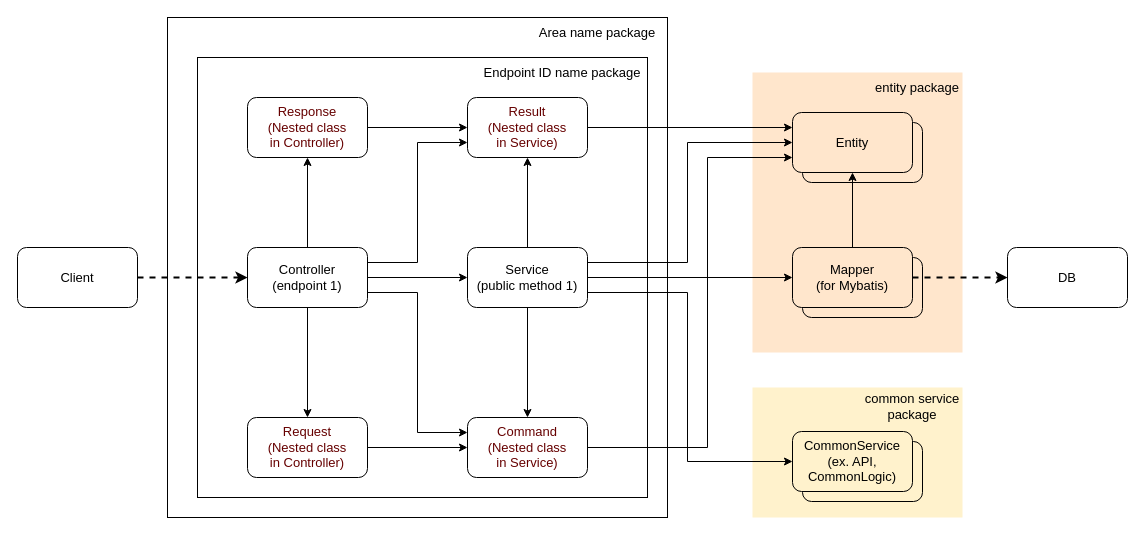
Above: page "TO-BE-v2" (3 of 4) of architecture-in-spring/SimpleBackend.drawio in seungyeop-lee/blog-example (draw.io), before the change. Source tidied: cells renumbered, new cells numbered last; positions are measured from the earlier drawing's top-left corner, leaving out a move shared by most shapes. Both pictures are drawn from the tidied source at 100%, with x=0, y=0 at pixel (17, 17).
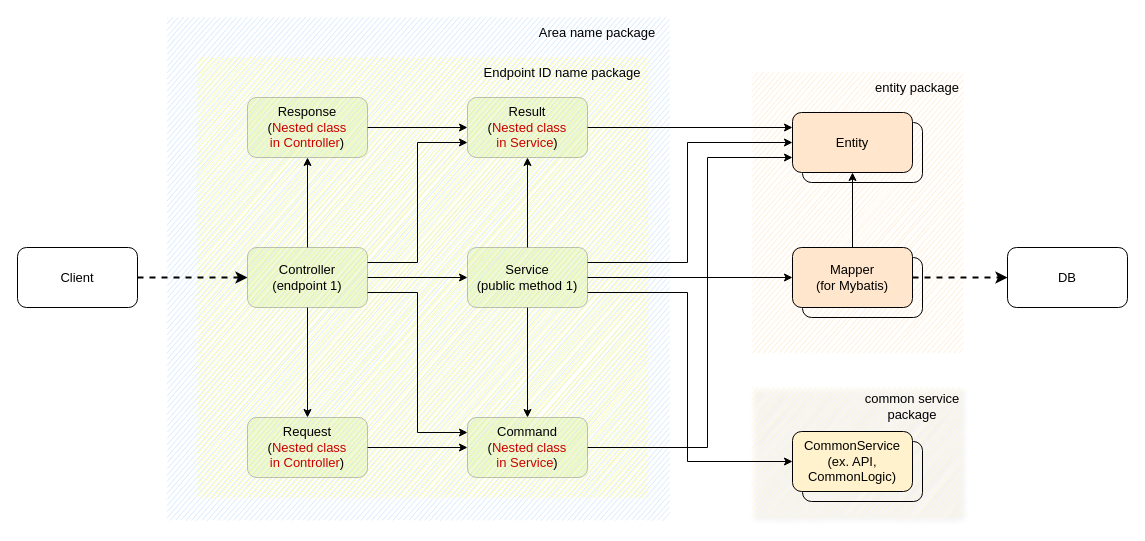
The same page after the edit.

Diff of the diagram source:
```diff
@@
-    <mxCell id="2" style="rounded=0;whiteSpace=wrap;html=1;shadow=0;glass=0;sketch=0;strokeColor=#000000;fontSize=13;fillColor=none;" parent="1" vertex="1">
+    <mxCell id="2" style="rounded=0;whiteSpace=wrap;html=1;shadow=0;glass=0;sketch=1;strokeColor=none;fontSize=13;fillColor=#cce5ff;" parent="1" vertex="1">
       <mxGeometry x="150" width="500" height="500" as="geometry" />
     </mxCell>
-    <mxCell id="3" style="rounded=0;whiteSpace=wrap;html=1;shadow=0;glass=0;sketch=0;strokeColor=#000000;fontSize=13;fillColor=none;" parent="1" vertex="1">
+    <mxCell id="3" style="rounded=0;whiteSpace=wrap;html=1;shadow=0;glass=0;sketch=1;strokeColor=none;fontSize=13;fillColor=#ffff88;" parent="1" vertex="1">
       <mxGeometry x="180" y="40" width="450" height="440" as="geometry" />
     </mxCell>
-    <mxCell id="4" style="rounded=0;whiteSpace=wrap;html=1;fillColor=#fff2cc;strokeColor=none;" parent="1" vertex="1">
+    <mxCell id="4" style="rounded=0;whiteSpace=wrap;html=1;fillColor=#fff2cc;strokeColor=none;sketch=1;shadow=1;" parent="1" vertex="1">
       <mxGeometry x="735" y="370" width="210" height="130" as="geometry" />
     </mxCell>
-    <mxCell id="5" style="rounded=0;whiteSpace=wrap;html=1;fillColor=#ffe6cc;strokeColor=none;" parent="1" vertex="1">
+    <mxCell id="5" style="rounded=0;whiteSpace=wrap;html=1;fillColor=#ffe6cc;strokeColor=none;sketch=1;shadow=0;glass=0;" parent="1" vertex="1">
       <mxGeometry x="735" y="55" width="210" height="280" as="geometry" />
     </mxCell>
@@
-    <mxCell id="14" value="Controller&lt;br&gt;(endpoint 1)" style="rounded=1;whiteSpace=wrap;html=1;fillColor=none;fontStyle=0;fontSize=13;glass=0;shadow=0;" parent="1" vertex="1">
+    <mxCell id="14" value="Controller&lt;br&gt;(endpoint 1)" style="rounded=1;whiteSpace=wrap;html=1;fillColor=#cdeb8b;fontStyle=0;fontSize=13;glass=0;shadow=0;strokeColor=#36393d;opacity=30;" parent="1" vertex="1">
       <mxGeometry x="230" y="230" width="120" height="60" as="geometry" />
     </mxCell>
@@
-    <mxCell id="16" value="Request&lt;br&gt;(Nested class&lt;br style=&quot;border-color: var(--border-color);&quot;&gt;in Controller)" style="rounded=1;whiteSpace=wrap;html=1;fillColor=none;fontStyle=0;fontSize=13;glass=0;shadow=0;fontColor=#660000;" parent="1" vertex="1">
+    <mxCell id="16" value="Request&lt;br&gt;(&lt;font color=&quot;#cc0000&quot;&gt;Nested class&lt;br style=&quot;border-color: var(--border-color);&quot;&gt;in Controller&lt;/font&gt;)" style="rounded=1;whiteSpace=wrap;html=1;fillColor=#cdeb8b;fontStyle=0;fontSize=13;glass=0;shadow=0;strokeColor=#36393d;opacity=30;" parent="1" vertex="1">
       <mxGeometry x="230" y="400" width="120" height="60" as="geometry" />
     </mxCell>
@@
-    <mxCell id="18" value="Response&lt;br&gt;(Nested class&lt;br&gt;in Controller)" style="rounded=1;whiteSpace=wrap;html=1;fillColor=none;fontStyle=0;fontSize=13;glass=0;shadow=0;fontColor=#660000;" parent="1" vertex="1">
+    <mxCell id="18" value="Response&lt;br&gt;(&lt;font color=&quot;#cc0000&quot;&gt;Nested class&lt;br&gt;in Controller&lt;/font&gt;)" style="rounded=1;whiteSpace=wrap;html=1;fillColor=#cdeb8b;fontStyle=0;fontSize=13;glass=0;shadow=0;strokeColor=#36393d;opacity=30;" parent="1" vertex="1">
       <mxGeometry x="230" y="80" width="120" height="60" as="geometry" />
     </mxCell>
@@
-    <mxCell id="24" value="Service&lt;br&gt;(public method 1)" style="rounded=1;whiteSpace=wrap;html=1;fillColor=none;fontStyle=0;fontSize=13;glass=0;shadow=0;" parent="1" vertex="1">
+    <mxCell id="24" value="Service&lt;br&gt;(public method 1)" style="rounded=1;whiteSpace=wrap;html=1;fillColor=#cdeb8b;fontStyle=0;fontSize=13;glass=0;shadow=0;strokeColor=#36393d;opacity=30;" parent="1" vertex="1">
       <mxGeometry x="450" y="230" width="120" height="60" as="geometry" />
     </mxCell>
@@
-    <mxCell id="38" value="Result&lt;br&gt;(Nested class&lt;br style=&quot;border-color: var(--border-color);&quot;&gt;in Service)" style="rounded=1;whiteSpace=wrap;html=1;fillColor=none;fontStyle=0;fontSize=13;glass=0;shadow=0;fontColor=#660000;" parent="1" vertex="1">
+    <mxCell id="38" value="Result&lt;br&gt;(&lt;font color=&quot;#cc0000&quot;&gt;Nested class&lt;br style=&quot;border-color: var(--border-color);&quot;&gt;in Service&lt;/font&gt;)" style="rounded=1;whiteSpace=wrap;html=1;fillColor=#cdeb8b;fontStyle=0;fontSize=13;glass=0;shadow=0;strokeColor=#36393d;opacity=30;" parent="1" vertex="1">
       <mxGeometry x="450" y="80" width="120" height="60" as="geometry" />
     </mxCell>
@@
-    <mxCell id="40" value="Command&lt;br&gt;(Nested class&lt;br style=&quot;border-color: var(--border-color);&quot;&gt;in Service)" style="rounded=1;whiteSpace=wrap;html=1;fillColor=none;fontStyle=0;fontSize=13;glass=0;shadow=0;fontColor=#660000;" parent="1" vertex="1">
+    <mxCell id="40" value="Command&lt;br&gt;(&lt;font color=&quot;#cc0000&quot;&gt;Nested class&lt;br style=&quot;border-color: var(--border-color);&quot;&gt;in Service&lt;/font&gt;)" style="rounded=1;whiteSpace=wrap;html=1;fillColor=#cdeb8b;fontStyle=0;fontSize=13;glass=0;shadow=0;strokeColor=#36393d;opacity=30;" parent="1" vertex="1">
       <mxGeometry x="450" y="400" width="120" height="60" as="geometry" />
     </mxCell>
```
